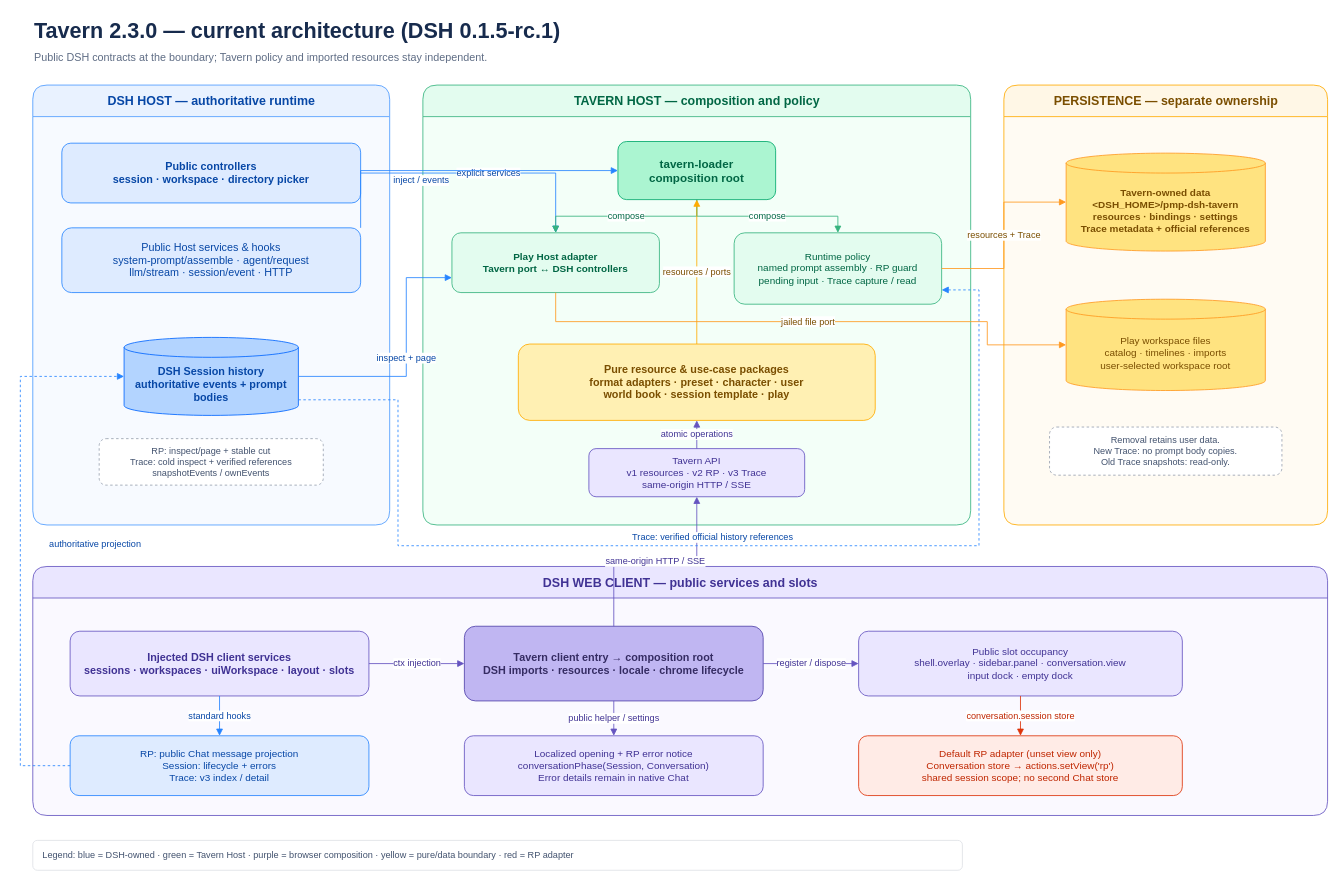
Above: docs/assets/dsh-tavern-architecture.drawio in Player-MINEPIG/dsh-tavern (draw.io), before the change. Source tidied: cells renumbered, new cells numbered last; positions are measured from the earlier drawing's top-left corner, leaving out a move shared by most shapes. Both pictures are drawn from the tidied source at 83%, with x=0, y=0 at pixel (20, 14).
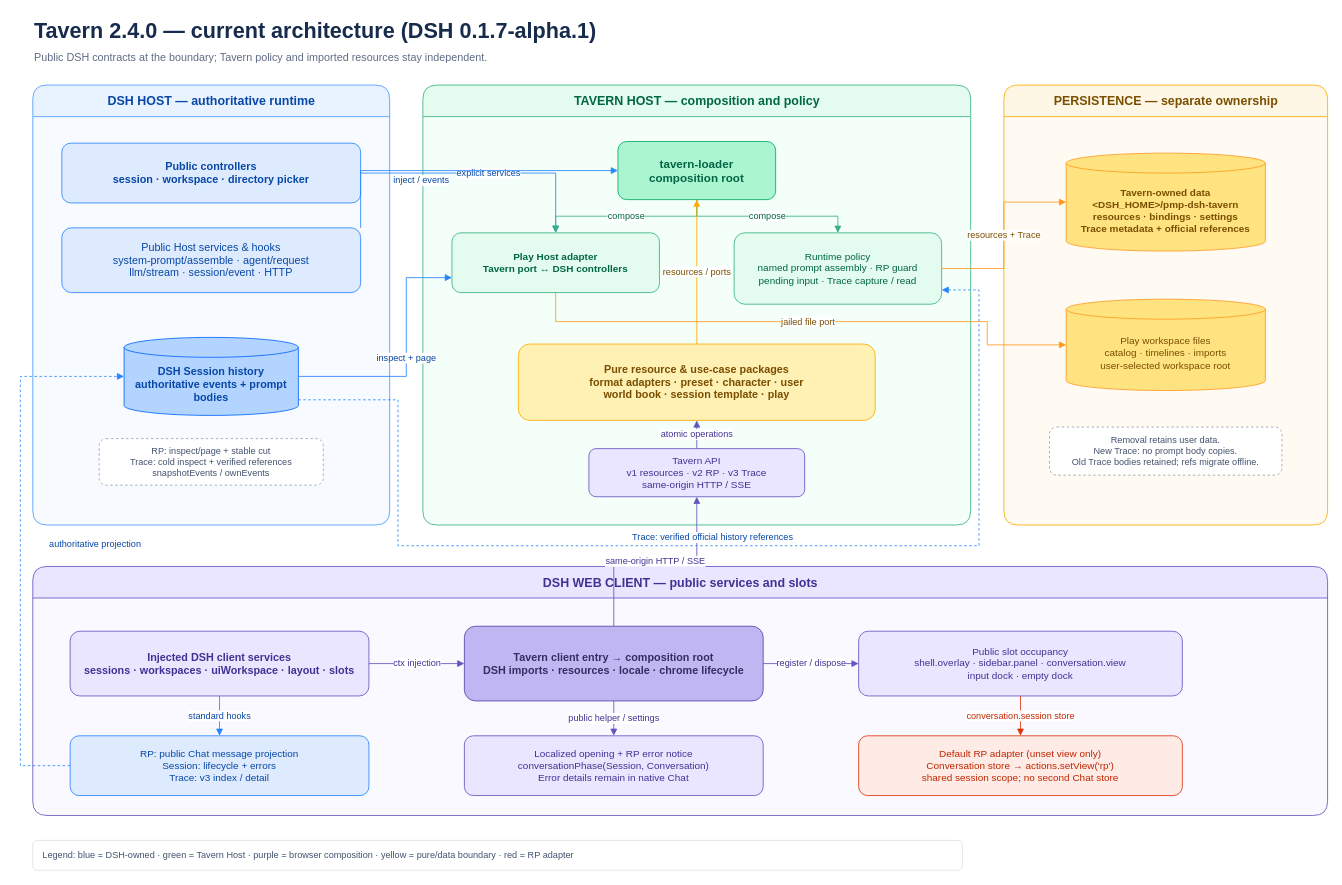
The same diagram, later.

Commit message (it also covers changes not shown here):
Refresh architecture overview for the 2.4.0 release candidate

The change refers to these unchanged cells:
```xml
<mxCell id="15" value="PERSISTENCE — separate ownership" style="swimlane;html=1;rounded=1;horizontal=1;startSize=38;fillColor=#FFF7E6;swimlaneFillColor=#FFFBF3;strokeColor=#FFAB00;fontColor=#7A4E00;fontStyle=1;fontSize=15;" parent="1" vertex="1">
  <mxGeometry x="1185" y="85" width="390" height="530" as="geometry" />
</mxCell>
```

The edit, as a diff of the source:
```diff
@@
-    <mxCell id="2" value="Tavern 2.3.0 — current architecture (DSH 0.1.5-rc.1)" style="text;html=1;strokeColor=none;fillColor=none;align=left;verticalAlign=middle;fontSize=26;fontStyle=1;fontColor=#172B4D;" parent="1" vertex="1">
+    <mxCell id="2" value="Tavern 2.4.0 — current architecture (DSH 0.1.7-alpha.1)" style="text;html=1;strokeColor=none;fillColor=none;align=left;verticalAlign=middle;fontSize=26;fontStyle=1;fontColor=#172B4D;" parent="1" vertex="1">
       <mxGeometry x="15" width="1040" height="40" as="geometry" />
     </mxCell>
@@
-    <mxCell id="18" value="Removal retains user data.&#10;New Trace: no prompt body copies.&#10;Old Trace snapshots: read-only." style="rounded=1;whiteSpace=wrap;html=1;dashed=1;fillColor=#FFFFFF;strokeColor=#97A0AF;fontColor=#42526E;fontSize=11;" parent="15" vertex="1">
+    <mxCell id="18" value="Removal retains user data.&#10;New Trace: no prompt body copies.&#10;Old Trace bodies retained; refs migrate offline." style="rounded=1;whiteSpace=wrap;html=1;dashed=1;fillColor=#FFFFFF;strokeColor=#97A0AF;fontColor=#42526E;fontSize=11;" parent="15" vertex="1">
       <mxGeometry x="55" y="412" width="280" height="58" as="geometry" />
     </mxCell>
```
